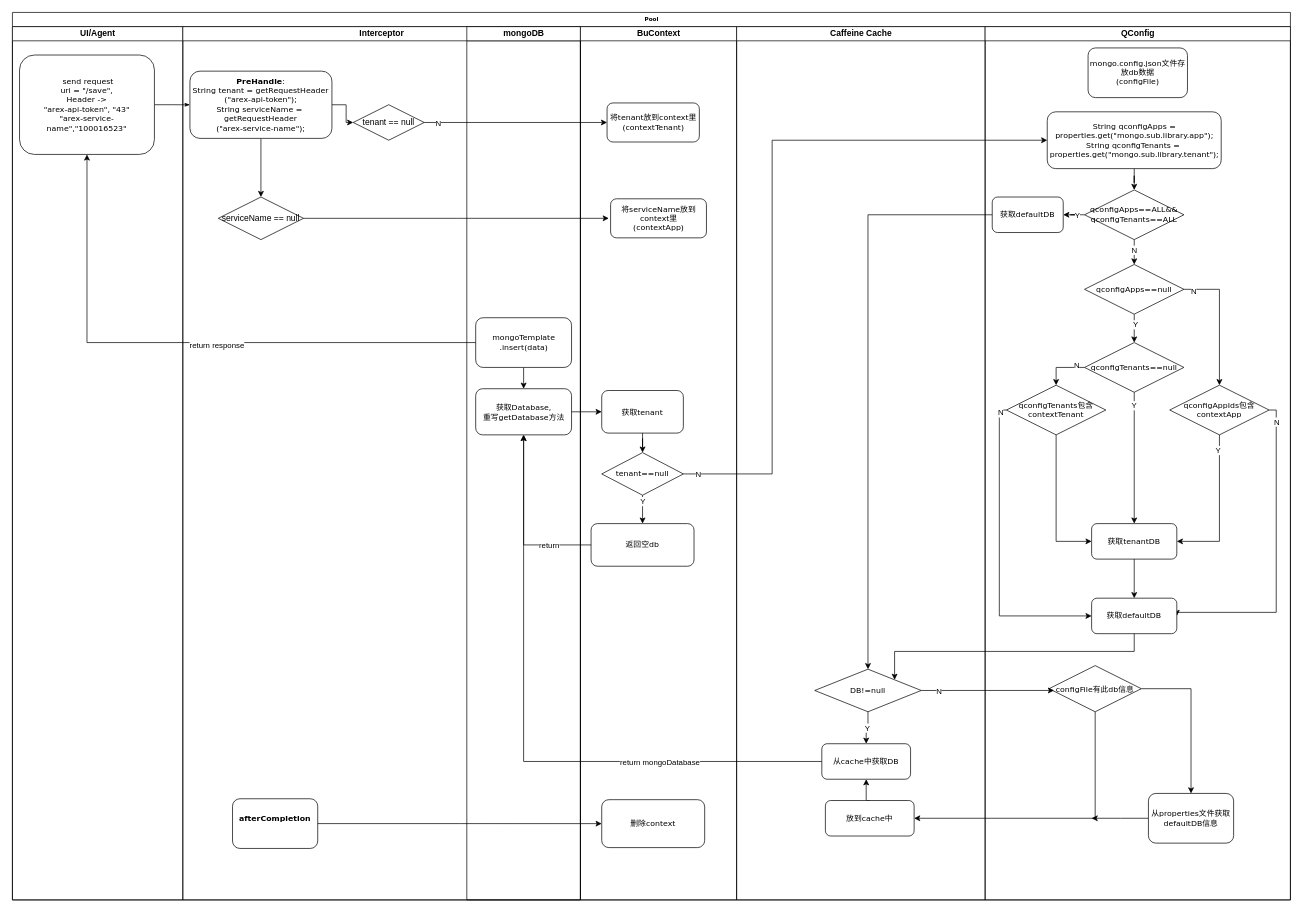
pangdayuan1/arex-storage keeps this draw.io diagram as 未命名绘图.drawio. Above is the earlier version. Source tidied: cells renumbered, new cells numbered last; positions are measured from the earlier drawing's top-left corner, leaving out a move shared by most shapes. Both pictures are drawn from the tidied source at 71%, with x=0, y=0 at pixel (12, 12).
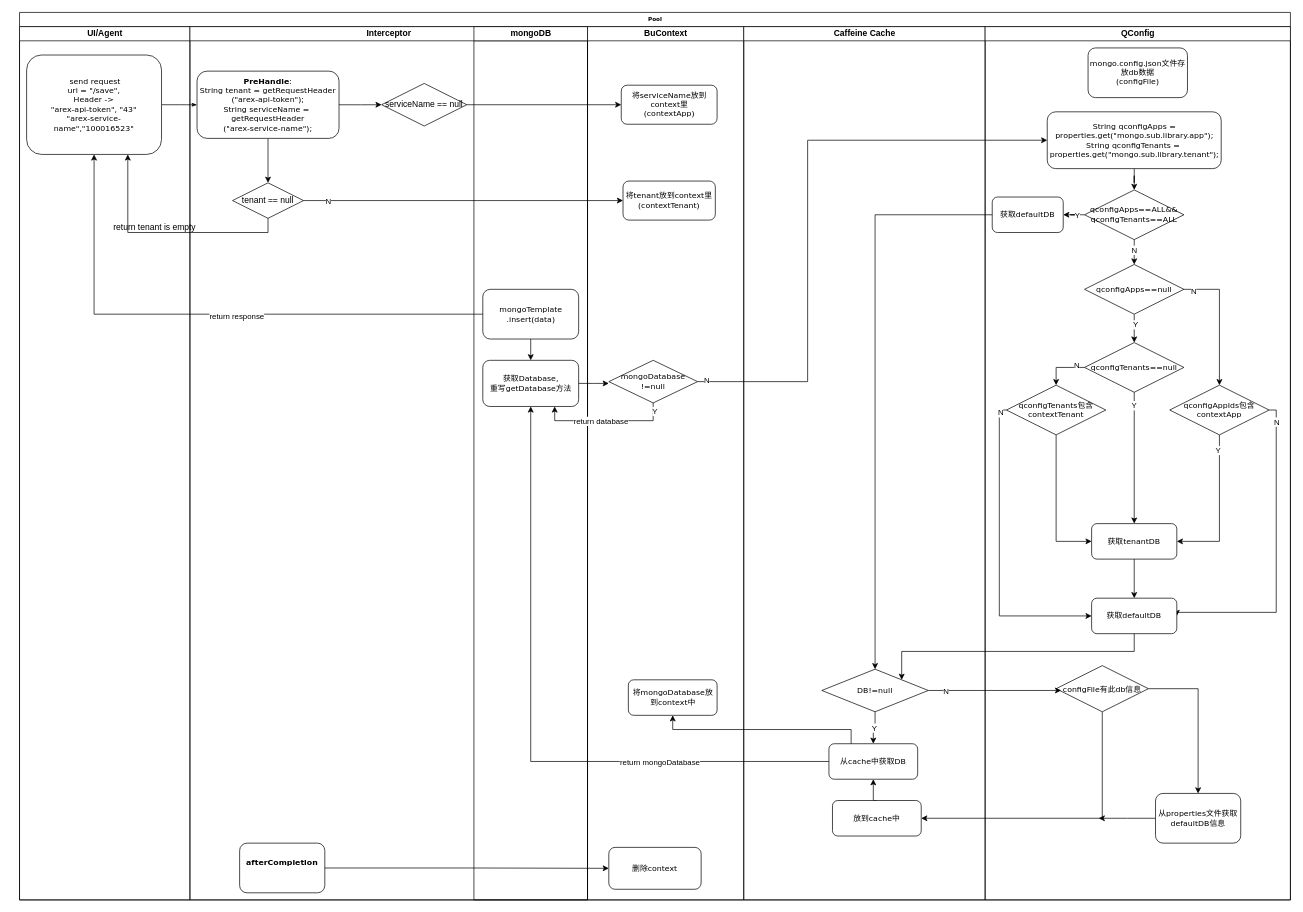
The same page after the edit.

Commit message:
更新未命名绘图.drawio

Unchanged cells that the change refers to:
```xml
<mxCell id="5" value="&lt;font style=&quot;font-size: 11px;&quot;&gt;&amp;nbsp;send request&lt;br&gt;uri = &quot;/save&quot;,&lt;br&gt;Header -&amp;gt; &lt;br&gt;&quot;arex-api-token&quot;, &quot;43&quot;&lt;br&gt;&quot;arex-service-name&quot;,&quot;100016523&quot;&lt;/font&gt;" style="rounded=1;whiteSpace=wrap;html=1;shadow=0;labelBackgroundColor=none;strokeWidth=1;fontFamily=Verdana;fontSize=8;align=center;" parent="4" vertex="1">
  <mxGeometry x="10" y="40" width="190" height="140" as="geometry" />
</mxCell>
<mxCell id="6" value="Interceptor" style="swimlane;html=1;startSize=20;" parent="2" vertex="1">
  <mxGeometry x="240" y="20" width="560" height="1230" as="geometry" />
</mxCell>
<mxCell id="9" value="&lt;font style=&quot;font-size: 11px;&quot;&gt;&lt;b&gt;PreHandle&lt;/b&gt;:&lt;br&gt;String tenant = getRequestHeader&lt;br&gt;(&quot;arex-api-token&quot;);&lt;br&gt;String serviceName =&amp;nbsp;&lt;br&gt;getRequestHeader&lt;br&gt;(&quot;arex-service-name&lt;/font&gt;&lt;span style=&quot;font-size: 11px; background-color: initial;&quot;&gt;&quot;);&lt;/span&gt;" style="rounded=1;whiteSpace=wrap;html=1;shadow=0;labelBackgroundColor=none;strokeWidth=1;fontFamily=Verdana;fontSize=8;align=center;" parent="6" vertex="1">
  <mxGeometry x="10" y="62.7" width="200" height="94.7" as="geometry" />
</mxCell>
<mxCell id="13" value="mongoDB" style="swimlane;html=1;startSize=20;" parent="6" vertex="1">
  <mxGeometry x="400" width="160" height="1230" as="geometry" />
</mxCell>
<mxCell id="17" value="BuContext" style="swimlane;html=1;startSize=20;" parent="2" vertex="1">
  <mxGeometry x="800" y="20" width="220" height="1230" as="geometry" />
</mxCell>
<mxCell id="30" value="&lt;font style=&quot;font-size: 11px;&quot;&gt;从cache中获取DB&lt;/font&gt;" style="rounded=1;whiteSpace=wrap;html=1;shadow=0;labelBackgroundColor=none;strokeWidth=1;fontFamily=Verdana;fontSize=8;align=center;" parent="27" vertex="1">
  <mxGeometry x="120" y="1010" width="125" height="50" as="geometry" />
</mxCell>
<mxCell id="54" value="&lt;span style=&quot;font-size: 11px;&quot;&gt;String qconfigApps = properties.get(&quot;mongo.sub.library.app&quot;);&lt;br&gt;String qconfigTenants =&amp;nbsp;&lt;br&gt;&lt;/span&gt;&lt;span style=&quot;font-size: 11px;&quot;&gt;properties.get(&quot;mongo.sub.library.tenant&quot;);&lt;/span&gt;&lt;span style=&quot;font-size: 11px;&quot;&gt;&lt;br&gt;&lt;/span&gt;" style="rounded=1;whiteSpace=wrap;html=1;shadow=0;labelBackgroundColor=none;strokeWidth=1;fontFamily=Verdana;fontSize=8;align=center;" parent="51" vertex="1">
  <mxGeometry x="87.5" y="120" width="245" height="80" as="geometry" />
</mxCell>
```

Diff of the diagram source:
```diff
@@
     <mxCell id="2" value="Pool" style="swimlane;html=1;startSize=20;rounded=0;shadow=0;labelBackgroundColor=none;strokeWidth=1;fontFamily=Verdana;fontSize=8;align=center;" parent="1" vertex="1">
-      <mxGeometry width="1800" height="1250" as="geometry" />
+      <mxGeometry x="10" width="1790" height="1250" as="geometry" />
     </mxCell>
@@
-    <mxCell id="7" style="edgeStyle=orthogonalEdgeStyle;rounded=0;jettySize=auto;html=1;exitX=0.5;exitY=1;exitDx=0;exitDy=0;entryX=0.5;entryY=0;entryDx=0;entryDy=0;" parent="6" edge="1" source="9" target="11">
+    <mxCell id="7" style="edgeStyle=orthogonalEdgeStyle;rounded=0;jettySize=auto;html=1;exitX=1;exitY=0.5;exitDx=0;exitDy=0;entryX=0;entryY=0.5;entryDx=0;entryDy=0;" parent="6" edge="1" source="9" target="11">
       <mxGeometry relative="1" as="geometry" />
     </mxCell>
-    <mxCell id="8" style="edgeStyle=orthogonalEdgeStyle;rounded=0;jettySize=auto;html=1;exitX=1;exitY=0.5;exitDx=0;exitDy=0;" parent="6" edge="1" source="9" target="12">
+    <mxCell id="8" style="edgeStyle=orthogonalEdgeStyle;rounded=0;jettySize=auto;html=1;exitX=0.5;exitY=1;exitDx=0;exitDy=0;" parent="6" edge="1" source="9" target="12">
       <mxGeometry relative="1" as="geometry" />
     </mxCell>
@@
     <mxCell id="10" value="&lt;font style=&quot;font-size: 11px;&quot;&gt;&lt;b&gt;afterCompletion&lt;br&gt;&lt;/b&gt;&lt;br&gt;&lt;/font&gt;" style="rounded=1;whiteSpace=wrap;html=1;shadow=0;labelBackgroundColor=none;strokeWidth=1;fontFamily=Verdana;fontSize=8;align=center;" parent="6" vertex="1">
-      <mxGeometry x="70" y="1087.5" width="120" height="70" as="geometry" />
+      <mxGeometry x="70" y="1150" width="120" height="70" as="geometry" />
     </mxCell>
     <mxCell id="11" value="serviceName == null" style="rhombus;whiteSpace=wrap;html=1;" parent="6" vertex="1">
-      <mxGeometry x="50" y="240" width="120" height="60" as="geometry" />
+      <mxGeometry x="270" y="80" width="120" height="60" as="geometry" />
     </mxCell>
     <mxCell id="12" value="tenant == null" style="rhombus;whiteSpace=wrap;html=1;" parent="6" vertex="1">
-      <mxGeometry x="240" y="110" width="100" height="50" as="geometry" />
+      <mxGeometry x="60" y="220" width="100" height="50" as="geometry" />
     </mxCell>
@@
     <mxCell id="15" value="&lt;font style=&quot;font-size: 11px;&quot;&gt;mongoTemplate&lt;br&gt;.insert(data)&lt;/font&gt;" style="rounded=1;whiteSpace=wrap;html=1;shadow=0;labelBackgroundColor=none;strokeWidth=1;fontFamily=Verdana;fontSize=8;align=center;" parent="13" vertex="1">
-      <mxGeometry x="12.5" y="410" width="135" height="70" as="geometry" />
+      <mxGeometry x="12.5" y="370" width="135" height="70" as="geometry" />
     </mxCell>
     <mxCell id="16" value="&lt;font style=&quot;font-size: 11px;&quot;&gt;获取Database,&lt;br&gt;重写getDatabase方法&lt;/font&gt;" style="rounded=1;whiteSpace=wrap;html=1;shadow=0;labelBackgroundColor=none;strokeWidth=1;fontFamily=Verdana;fontSize=8;align=center;" parent="13" vertex="1">
-      <mxGeometry x="12.5" y="510" width="135" height="65" as="geometry" />
+      <mxGeometry x="12.5" y="470" width="135" height="65" as="geometry" />
     </mxCell>
@@
-    <mxCell id="18" style="edgeStyle=orthogonalEdgeStyle;rounded=0;jettySize=auto;html=1;" parent="17" edge="1" source="19" target="25">
-      <mxGeometry relative="1" as="geometry" />
-    </mxCell>
-    <mxCell id="19" value="&lt;font style=&quot;font-size: 11px;&quot;&gt;获取tenant&lt;/font&gt;" style="rounded=1;whiteSpace=wrap;html=1;shadow=0;labelBackgroundColor=none;strokeWidth=1;fontFamily=Verdana;fontSize=8;align=center;" parent="17" vertex="1">
-      <mxGeometry x="30" y="512.5" width="115" height="60" as="geometry" />
-    </mxCell>
     <mxCell id="20" value="&lt;font style=&quot;font-size: 11px;&quot;&gt;将tenant放到context里&lt;/font&gt;&lt;div&gt;&lt;span style=&quot;font-size: 11px;&quot;&gt;(contextTenant)&lt;/span&gt;&lt;/div&gt;" style="rounded=1;whiteSpace=wrap;html=1;shadow=0;labelBackgroundColor=none;strokeWidth=1;fontFamily=Verdana;fontSize=8;align=center;" parent="17" vertex="1">
-      <mxGeometry x="37.5" y="107.5" width="130" height="55" as="geometry" />
+      <mxGeometry x="50" y="217.5" width="130" height="55" as="geometry" />
     </mxCell>
     <mxCell id="21" value="&lt;span style=&quot;font-size: 11px;&quot;&gt;删除context&lt;/span&gt;" style="rounded=1;whiteSpace=wrap;html=1;shadow=0;labelBackgroundColor=none;strokeWidth=1;fontFamily=Verdana;fontSize=8;align=center;" parent="17" vertex="1">
-      <mxGeometry x="30" y="1088.8" width="145" height="67.5" as="geometry" />
+      <mxGeometry x="30" y="1156" width="130" height="59" as="geometry" />
     </mxCell>
     <mxCell id="22" value="&lt;font style=&quot;font-size: 11px;&quot;&gt;将serviceName放到context里&lt;br&gt;(contextApp)&lt;/font&gt;" style="rounded=1;whiteSpace=wrap;html=1;shadow=0;labelBackgroundColor=none;strokeWidth=1;fontFamily=Verdana;fontSize=8;align=center;" parent="17" vertex="1">
-      <mxGeometry x="42.5" y="242.5" width="135" height="55" as="geometry" />
+      <mxGeometry x="47.5" y="82.5" width="135" height="55" as="geometry" />
     </mxCell>
-    <mxCell id="23" style="edgeStyle=orthogonalEdgeStyle;rounded=0;jettySize=auto;html=1;" parent="17" edge="1" source="25" target="26">
-      <mxGeometry relative="1" as="geometry" />
-    </mxCell>
-    <mxCell id="24" value="Y" style="edgeLabel;html=1;align=center;verticalAlign=middle;" parent="23" vertex="1">
-      <mxGeometry x="-0.6" relative="1" as="geometry" />
-    </mxCell>
-    <mxCell id="25" value="&lt;font style=&quot;font-size: 11px;&quot;&gt;tenant==null&lt;/font&gt;" style="rhombus;whiteSpace=wrap;html=1;rounded=0;shadow=0;labelBackgroundColor=none;strokeWidth=1;fontFamily=Verdana;fontSize=8;align=center;" parent="17" vertex="1">
-      <mxGeometry x="30" y="600" width="115" height="60" as="geometry" />
-    </mxCell>
-    <mxCell id="26" value="&lt;span style=&quot;font-size: 11px;&quot;&gt;返回空db&lt;/span&gt;" style="rounded=1;whiteSpace=wrap;html=1;shadow=0;labelBackgroundColor=none;strokeWidth=1;fontFamily=Verdana;fontSize=8;align=center;" parent="17" vertex="1">
-      <mxGeometry x="15" y="700" width="145" height="60" as="geometry" />
-    </mxCell>
+    <mxCell id="87" value="&lt;span style=&quot;font-size: 11px;&quot;&gt;mongoDatabase&lt;br&gt;!=null&lt;/span&gt;" style="rhombus;whiteSpace=wrap;html=1;rounded=0;shadow=0;labelBackgroundColor=none;strokeWidth=1;fontFamily=Verdana;fontSize=8;align=center;" parent="17" vertex="1">
+      <mxGeometry x="30" y="470" width="125" height="60" as="geometry" />
+    </mxCell>
+    <mxCell id="88" value="&lt;span style=&quot;font-size: 11px;&quot;&gt;将mongoDatabase放到context中&lt;/span&gt;" style="rounded=1;whiteSpace=wrap;html=1;shadow=0;labelBackgroundColor=none;strokeWidth=1;fontFamily=Verdana;fontSize=8;align=center;" parent="17" vertex="1">
+      <mxGeometry x="57.5" y="920" width="125" height="50" as="geometry" />
+    </mxCell>
     <mxCell id="27" value="Caffeine Cache" style="swimlane;html=1;startSize=20;" parent="2" vertex="1">
-      <mxGeometry x="1020" y="20" width="350" height="1230" as="geometry" />
+      <mxGeometry x="1020" y="20" width="340" height="1230" as="geometry" />
     </mxCell>
@@
-    <mxCell id="41" style="edgeStyle=orthogonalEdgeStyle;rounded=0;jettySize=auto;html=1;exitX=1;exitY=0.5;exitDx=0;exitDy=0;" parent="2" edge="1" source="11">
-      <mxGeometry relative="1" as="geometry">
-        <mxPoint x="840" y="290" as="targetPoint" />
-      </mxGeometry>
+    <mxCell id="41" style="edgeStyle=orthogonalEdgeStyle;rounded=0;jettySize=auto;html=1;exitX=1;exitY=0.5;exitDx=0;exitDy=0;entryX=0;entryY=0.5;entryDx=0;entryDy=0;" parent="2" edge="1" source="11" target="22">
+      <mxGeometry relative="1" as="geometry" />
     </mxCell>
-    <mxCell id="42" style="edgeStyle=orthogonalEdgeStyle;rounded=0;jettySize=auto;html=1;" parent="2" edge="1" source="16" target="19">
-      <mxGeometry relative="1" as="geometry" />
+    <mxCell id="42" style="edgeStyle=orthogonalEdgeStyle;rounded=0;jettySize=auto;html=1;" parent="2" edge="1" source="16">
+      <mxGeometry relative="1" as="geometry">
+        <mxPoint x="830" y="522.5" as="targetPoint" />
+      </mxGeometry>
     </mxCell>
@@
-    <mxCell id="45" style="edgeStyle=orthogonalEdgeStyle;rounded=0;jettySize=auto;html=1;exitX=0;exitY=0.5;exitDx=0;exitDy=0;entryX=0.5;entryY=1;entryDx=0;entryDy=0;" parent="2" edge="1" source="26" target="16">
-      <mxGeometry relative="1" as="geometry" />
-    </mxCell>
-    <mxCell id="46" value="return" style="edgeLabel;html=1;align=center;verticalAlign=middle;" parent="45" vertex="1">
-      <mxGeometry x="-0.52" relative="1" as="geometry" />
-    </mxCell>
@@
+    <mxCell id="89" style="edgeStyle=orthogonalEdgeStyle;rounded=0;jettySize=auto;html=1;exitX=0.5;exitY=1;exitDx=0;exitDy=0;entryX=0.75;entryY=1;entryDx=0;entryDy=0;" parent="2" edge="1" source="12" target="5">
+      <mxGeometry relative="1" as="geometry" />
+    </mxCell>
+    <mxCell id="90" style="edgeStyle=orthogonalEdgeStyle;rounded=0;jettySize=auto;html=1;exitX=0.5;exitY=1;exitDx=0;exitDy=0;entryX=0.75;entryY=1;entryDx=0;entryDy=0;" parent="2" edge="1" source="87" target="16">
+      <mxGeometry relative="1" as="geometry" />
+    </mxCell>
+    <mxCell id="91" value="return database" style="edgeLabel;html=1;align=center;verticalAlign=middle;" parent="90" vertex="1">
+      <mxGeometry x="0.08" relative="1" as="geometry" />
+    </mxCell>
+    <mxCell id="24" value="Y" style="edgeLabel;html=1;align=center;verticalAlign=middle;" parent="90" vertex="1">
+      <mxGeometry x="-0.88" y="2" relative="1" as="geometry" />
+    </mxCell>
+    <mxCell id="92" style="edgeStyle=orthogonalEdgeStyle;rounded=0;jettySize=auto;html=1;exitX=0.25;exitY=0;exitDx=0;exitDy=0;" parent="2" edge="1" source="30" target="88">
+      <mxGeometry relative="1" as="geometry" />
+    </mxCell>
@@
-    <mxCell id="83" style="edgeStyle=orthogonalEdgeStyle;rounded=0;jettySize=auto;html=1;exitX=1;exitY=0.5;exitDx=0;exitDy=0;entryX=0;entryY=0.5;entryDx=0;entryDy=0;" parent="1" edge="1" source="25" target="54">
-      <mxGeometry relative="1" as="geometry">
-        <Array as="points">
-          <mxPoint x="1070" y="650" />
-          <mxPoint x="1070" y="180" />
-        </Array>
-      </mxGeometry>
-    </mxCell>
-    <mxCell id="84" value="N" style="edgeLabel;html=1;align=center;verticalAlign=middle;" parent="83" vertex="1">
-      <mxGeometry x="-0.96" relative="1" as="geometry" />
-    </mxCell>
@@
+    <mxCell id="93" value="return tenant is empty" style="text;html=1;align=center;verticalAlign=middle;strokeColor=none;fillColor=none;" parent="1" vertex="1">
+      <mxGeometry x="130" y="288" width="140" height="30" as="geometry" />
+    </mxCell>
+    <mxCell id="94" style="edgeStyle=orthogonalEdgeStyle;rounded=0;jettySize=auto;html=1;exitX=1;exitY=0.5;exitDx=0;exitDy=0;entryX=0;entryY=0.5;entryDx=0;entryDy=0;" parent="1" edge="1" source="87" target="54">
+      <mxGeometry relative="1" as="geometry">
+        <Array as="points">
+          <mxPoint x="1120" y="520" />
+          <mxPoint x="1120" y="180" />
+        </Array>
+      </mxGeometry>
+    </mxCell>
+    <mxCell id="84" value="N" style="edgeLabel;html=1;align=center;verticalAlign=middle;" parent="94" vertex="1">
+      <mxGeometry x="-0.97" y="3" relative="1" as="geometry" />
+    </mxCell>
```
